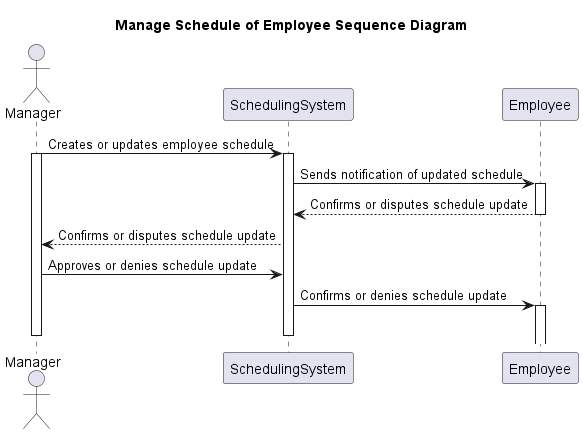
Before: Lab1.2/Sequence diagram/Manage scheduleOfEmployee_seq.png, a diagram exported from PlantUML (baonehe/SE357-Pratice-class). The source it was exported from:
```plantuml
@startuml
title Manage Schedule of Employee Sequence Diagram

Actor Manager
participant SchedulingSystem
participant Employee

Manager -> SchedulingSystem: Creates or updates employee schedule
activate Manager
activate SchedulingSystem

SchedulingSystem -> Employee: Sends notification of updated schedule
activate Employee
Employee --> SchedulingSystem: Confirms or disputes schedule update
deactivate Employee
SchedulingSystem --> Manager: Confirms or disputes schedule update
Manager -> SchedulingSystem: Approves or denies schedule update
SchedulingSystem -> Employee: Confirms or denies schedule update
activate Employee
deactivate SchedulingSystem
deactivate Manager
@enduml
```
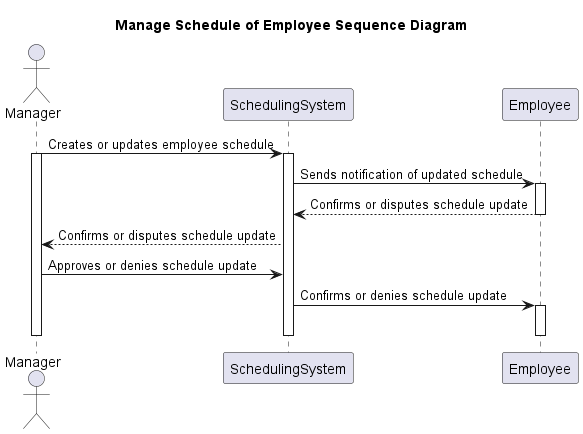
The same diagram one commit later.

The edit, as a diff of the source:
```diff
@@ -5,18 +5,23 @@
 participant SchedulingSystem
 participant Employee
 
-Manager -> SchedulingSystem: Creates or updates employee schedule
-activate Manager
-activate SchedulingSystem
 
-SchedulingSystem -> Employee: Sends notification of updated schedule
-activate Employee
-Employee --> SchedulingSystem: Confirms or disputes schedule update
-deactivate Employee
-SchedulingSystem --> Manager: Confirms or disputes schedule update
-Manager -> SchedulingSystem: Approves or denies schedule update
-SchedulingSystem -> Employee: Confirms or denies schedule update
-activate Employee
-deactivate SchedulingSystem
-deactivate Manager
+  Manager -> SchedulingSystem: Creates or updates employee schedule
+  activate Manager
+  activate SchedulingSystem
+
+  SchedulingSystem -> Employee: Sends notification of updated schedule
+  activate Employee
+  Employee --> SchedulingSystem: Confirms or disputes schedule update
+  deactivate Employee
+
+  SchedulingSystem --> Manager: Confirms or disputes schedule update
+  Manager -> SchedulingSystem: Approves or denies schedule update
+  SchedulingSystem -> Employee: Confirms or denies schedule update
+  activate Employee
+  deactivate SchedulingSystem
+
+  deactivate Manager
+  deactivate Employee
+
 @enduml
```
